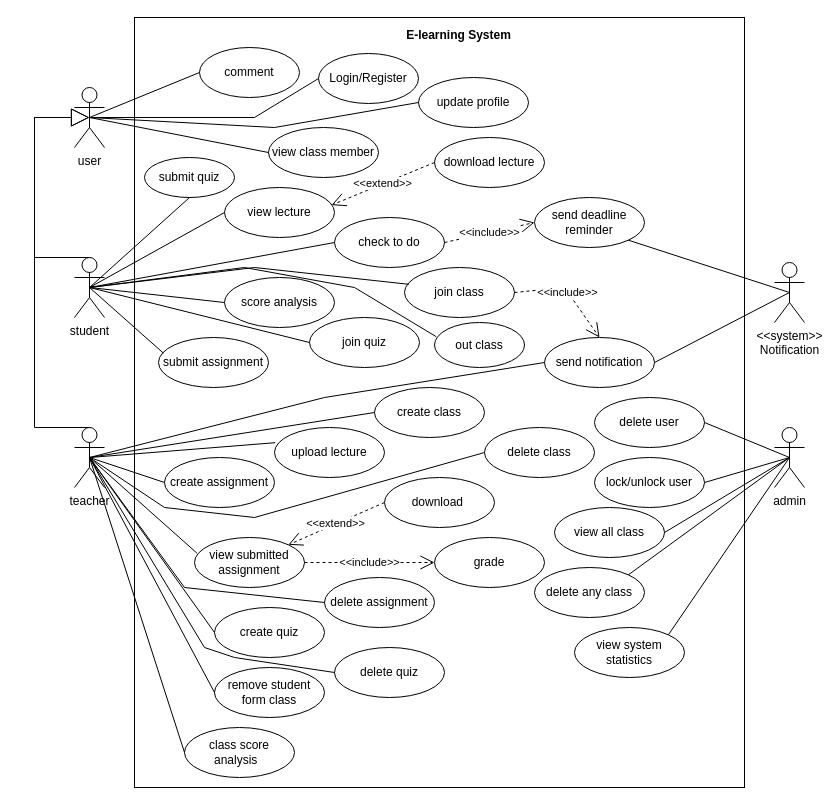
Above: system_design/use_case.drawio in Hai-Hay-Ho/e-learning (draw.io), before the change. Source tidied: cells renumbered, new cells numbered last; positions are measured from the earlier drawing's top-left corner, leaving out a move shared by most shapes. Both pictures are drawn from the tidied source at 100%, with x=0, y=0 at pixel (34, 17).
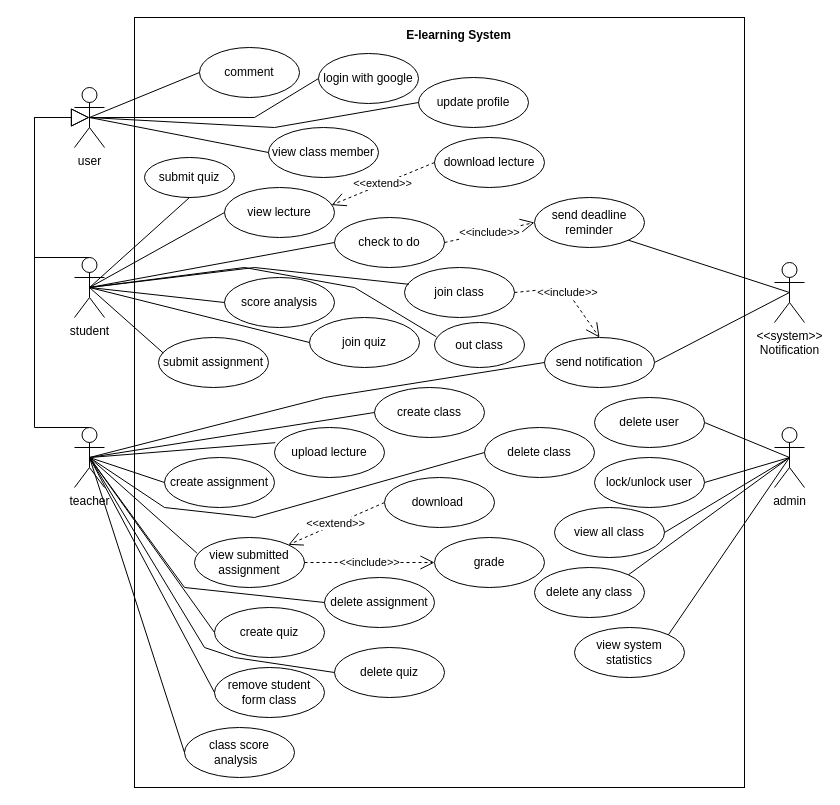
After the change.

Commit message (it also covers changes not shown here):
add tab login

Change to the diagram source:
```diff
@@
-    <mxCell id="7" value="Login/Register" style="ellipse;whiteSpace=wrap;html=1;" parent="1" vertex="1">
+    <mxCell id="7" value="login with google" style="ellipse;whiteSpace=wrap;html=1;" parent="1" vertex="1">
       <mxGeometry x="284" y="36" width="100" height="50" as="geometry" />
     </mxCell>
```
